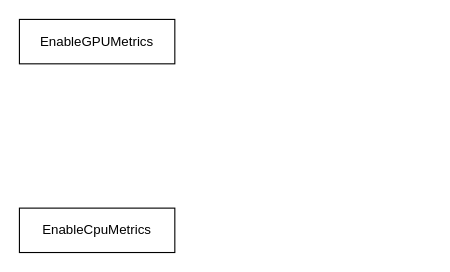
Before: gpu/cpu metrics.drawio in xiazi-yu/triton-server-read, a draw.io diagram. Source tidied: cells renumbered, new cells numbered last; positions are measured from the earlier drawing's top-left corner, leaving out a move shared by most shapes. Both pictures are drawn from the tidied source at 111%, with x=0, y=0 at pixel (19, 19).
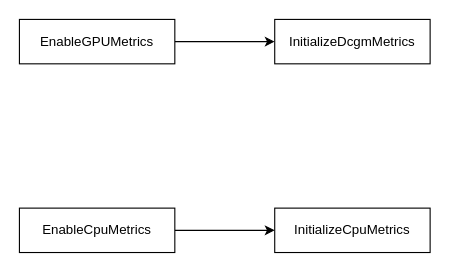
After the change.

What changed in the source:
```diff
@@
 <mxGraphModel>
   <root>
     <mxCell id="0" />
     <mxCell id="1" parent="0" />
+    <mxCell id="4" style="edgeStyle=orthogonalEdgeStyle;rounded=0;jettySize=auto;html=1;" parent="1" edge="1" source="2" target="6">
+      <mxGeometry relative="1" as="geometry" />
+    </mxCell>
     <mxCell id="2" value="EnableGPUMetrics" style="rounded=0;whiteSpace=wrap;html=1;" parent="1" vertex="1">
       <mxGeometry width="140" height="40" as="geometry" />
     </mxCell>
+    <mxCell id="5" style="edgeStyle=orthogonalEdgeStyle;rounded=0;jettySize=auto;html=1;exitX=1;exitY=0.5;exitDx=0;exitDy=0;entryX=0;entryY=0.5;entryDx=0;entryDy=0;" parent="1" edge="1" source="3" target="7">
+      <mxGeometry relative="1" as="geometry" />
+    </mxCell>
     <mxCell id="3" value="EnableCpuMetrics" style="rounded=0;whiteSpace=wrap;html=1;" parent="1" vertex="1">
       <mxGeometry y="170" width="140" height="40" as="geometry" />
     </mxCell>
+    <mxCell id="6" value="InitializeDcgmMetrics" style="rounded=0;whiteSpace=wrap;html=1;" parent="1" vertex="1">
+      <mxGeometry x="230" width="140" height="40" as="geometry" />
+    </mxCell>
+    <mxCell id="7" value="InitializeCpuMetrics" style="rounded=0;whiteSpace=wrap;html=1;" parent="1" vertex="1">
+      <mxGeometry x="230" y="170" width="140" height="40" as="geometry" />
+    </mxCell>
   </root>
 </mxGraphModel>
```
